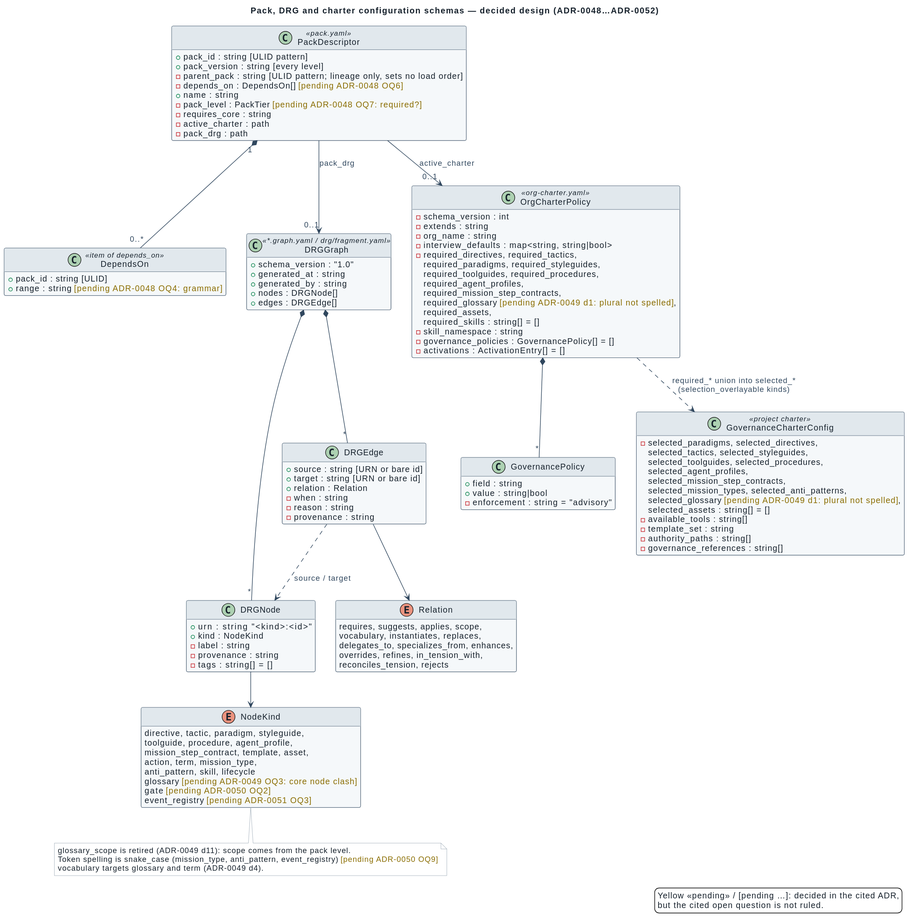
spec-kitty/spec-kitty-charter keeps this PlantUML diagram as docs/architecture/diagrams/descriptor-governance.svg. Above is the earlier version.
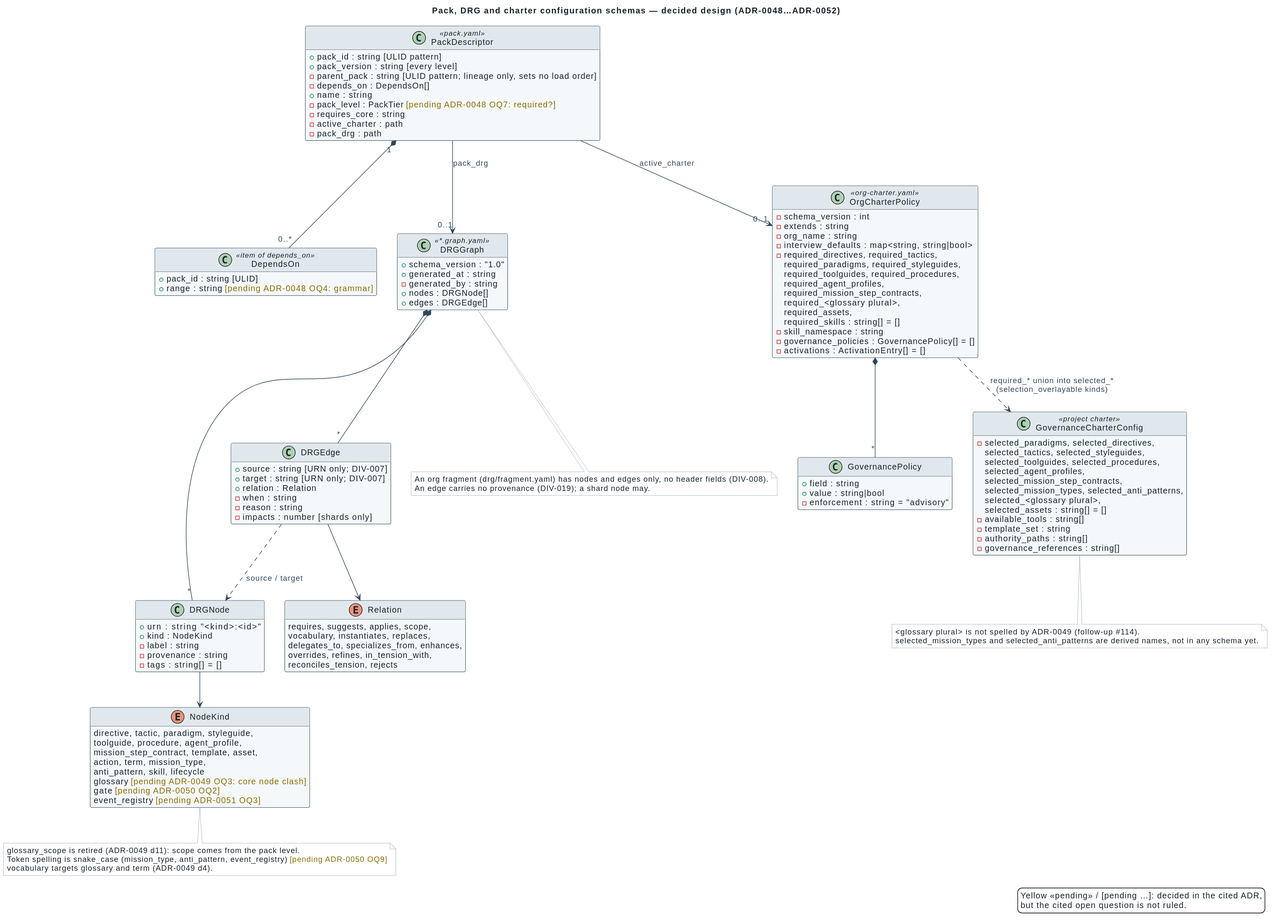
After the change.

What changed in the source:
```diff
@@ -6,7 +6,7 @@
   + pack_id : string [ULID pattern]
   + pack_version : string [every level]
   - parent_pack : string [ULID pattern; lineage only, sets no load order]
-  - depends_on : DependsOn[] <color:#8A6D00>[pending ADR-0048 OQ6]</color>
+  - depends_on : DependsOn[]
   + name : string
   - pack_level : PackTier <color:#8A6D00>[pending ADR-0048 OQ7: required?]</color>
   - requires_core : string
@@ -17,10 +17,10 @@
   + pack_id : string [ULID]
   + range : string <color:#8A6D00>[pending ADR-0048 OQ4: grammar]</color>
 }
-class DRGGraph <<*.graph.yaml / drg/fragment.yaml>> {
+class DRGGraph <<*.graph.yaml>> {
   + schema_version : "1.0"
   + generated_at : string
-  + generated_by : string
+  - generated_by : string
   + nodes : DRGNode[]
   + edges : DRGEdge[]
 }
@@ -32,12 +32,12 @@
   - tags : string[] = []
 }
 class DRGEdge {
-  + source : string [URN or bare id]
-  + target : string [URN or bare id]
+  + source : string [URN only; DIV-007]
+  + target : string [URN only; DIV-007]
   + relation : Relation
   - when : string
   - reason : string
-  - provenance : string
+  - impacts : number [shards only]
 }
 enum NodeKind {
   directive, tactic, paradigm, styleguide,
@@ -66,7 +66,7 @@
     required_toolguides, required_procedures,
     required_agent_profiles,
     required_mission_step_contracts,
-    required_glossary <color:#8A6D00>[pending ADR-0049 d1: plural not spelled]</color>,
+    required_<glossary plural>,
     required_assets,
     required_skills : string[] = []
   - skill_namespace : string
@@ -85,7 +85,7 @@
     selected_agent_profiles,
     selected_mission_step_contracts,
     selected_mission_types, selected_anti_patterns,
-    selected_glossary <color:#8A6D00>[pending ADR-0049 d1: plural not spelled]</color>,
+    selected_<glossary plural>,
     selected_assets : string[] = []
   - available_tools : string[]
   - template_set : string
@@ -107,6 +107,14 @@
   Token spelling is snake_case (mission_type, anti_pattern, event_registry) <color:#8A6D00>[pending ADR-0050 OQ9]</color>
   vocabulary targets glossary and term (ADR-0049 d4).
 end note
+note bottom of GovernanceCharterConfig
+  <glossary plural> is not spelled by ADR-0049 (follow-up #114).
+  selected_mission_types and selected_anti_patterns are derived names, not in any schema yet.
+end note
+note bottom of DRGGraph
+  An org fragment (drg/fragment.yaml) has nodes and edges only, no header fields (DIV-008).
+  An edge carries no provenance (DIV-019); a shard node may.
+end note
 legend right
   Yellow <<pending>> / [pending …]: decided in the cited ADR,
   but the cited open question is not ruled.
```
